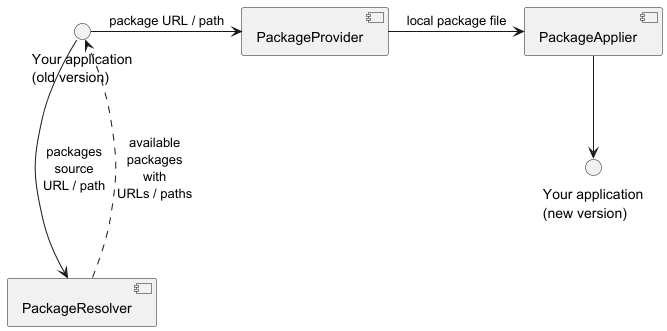
The PlantUML diagram docs/target/c2.png in olepoeschl/Upme, before a commit.
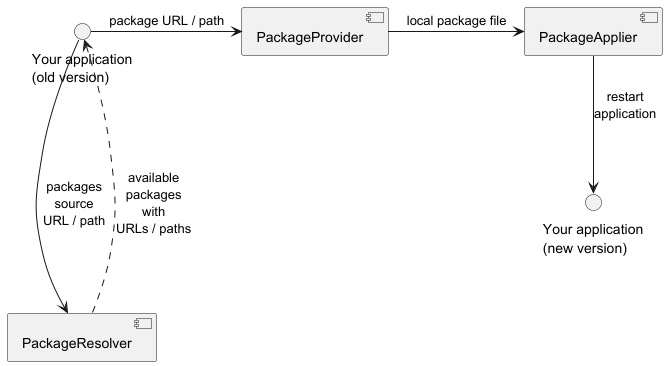
Above is the later version.

What changed in the source:
```diff
@@ -11,6 +11,6 @@
 resolver ...> old : "available\npackages\nwith\nURLs / paths"
 old -right-> provider : "package URL / path"
 provider -right-> applier : "local package file"
-applier --> new
+applier --> new : "restart\napplication"
 
 @enduml
```
